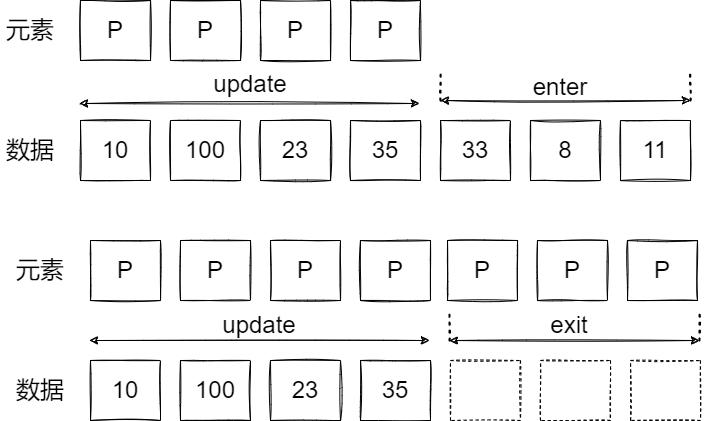
jzsn2018/diagrams-storage keeps this draw.io diagram as D3js-数据绑定-数据集.drawio.png. Above is the earlier version. Source tidied: cells renumbered, new cells last; positions are measured from the earlier drawing's top-left corner, leaving out a move shared by most shapes.
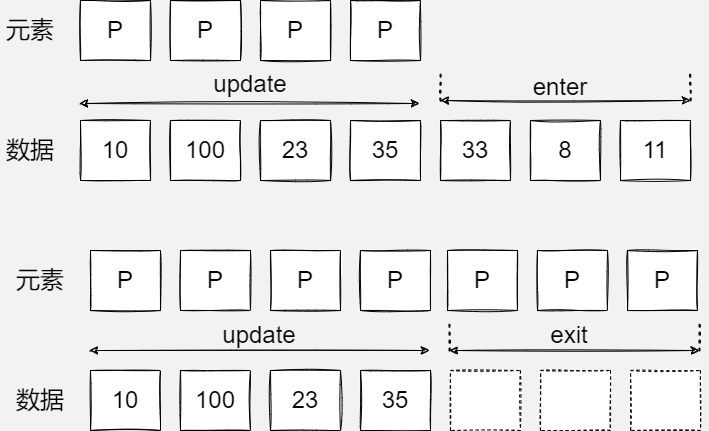
Above is the later version.

Commit message:
更新D3js-数据绑定-数据集.drawio.png

What changed in the source:
```diff
@@ -1,74 +1,74 @@
-<mxGraphModel background="#FFFFFF">
+<mxGraphModel background="#F2F2F2">
   <root>
     <mxCell id="0" />
     <mxCell id="1" parent="0" />
     <mxCell id="2" value="&lt;font style=&quot;font-size: 24px&quot;&gt;P&lt;/font&gt;" style="rounded=0;whiteSpace=wrap;html=1;sketch=1;" parent="1" vertex="1">
-      <mxGeometry x="80" width="70" height="60" as="geometry" />
+      <mxGeometry x="80" y="-10" width="70" height="60" as="geometry" />
     </mxCell>
     <mxCell id="3" value="&lt;font style=&quot;font-size: 24px&quot;&gt;P&lt;/font&gt;" style="rounded=0;whiteSpace=wrap;html=1;sketch=1;" parent="1" vertex="1">
-      <mxGeometry x="170" width="70" height="60" as="geometry" />
+      <mxGeometry x="170" y="-10" width="70" height="60" as="geometry" />
     </mxCell>
     <mxCell id="4" value="&lt;font style=&quot;font-size: 24px&quot;&gt;P&lt;/font&gt;" style="rounded=0;whiteSpace=wrap;html=1;sketch=1;" parent="1" vertex="1">
-      <mxGeometry x="260" width="70" height="60" as="geometry" />
+      <mxGeometry x="260" y="-10" width="70" height="60" as="geometry" />
     </mxCell>
     <mxCell id="5" value="&lt;font style=&quot;font-size: 24px&quot;&gt;P&lt;/font&gt;" style="rounded=0;whiteSpace=wrap;html=1;sketch=1;" parent="1" vertex="1">
-      <mxGeometry x="350" width="70" height="60" as="geometry" />
+      <mxGeometry x="350" y="-10" width="70" height="60" as="geometry" />
     </mxCell>
     <mxCell id="6" value="&lt;font style=&quot;font-size: 24px&quot;&gt;元素&lt;/font&gt;" style="text;html=1;strokeColor=none;fillColor=none;align=center;verticalAlign=middle;whiteSpace=wrap;rounded=0;sketch=1;fontSize=24;" parent="1" vertex="1">
-      <mxGeometry y="15" width="60" height="30" as="geometry" />
+      <mxGeometry y="5" width="60" height="30" as="geometry" />
     </mxCell>
     <mxCell id="7" value="&lt;font style=&quot;font-size: 24px&quot;&gt;10&lt;/font&gt;" style="rounded=0;whiteSpace=wrap;html=1;sketch=1;" parent="1" vertex="1">
-      <mxGeometry x="80" y="120" width="70" height="60" as="geometry" />
+      <mxGeometry x="80" y="110" width="70" height="60" as="geometry" />
     </mxCell>
     <mxCell id="8" value="&lt;font style=&quot;font-size: 24px&quot;&gt;100&lt;/font&gt;" style="rounded=0;whiteSpace=wrap;html=1;sketch=1;" parent="1" vertex="1">
-      <mxGeometry x="170" y="120" width="70" height="60" as="geometry" />
+      <mxGeometry x="170" y="110" width="70" height="60" as="geometry" />
     </mxCell>
     <mxCell id="9" value="&lt;font style=&quot;font-size: 24px&quot;&gt;23&lt;/font&gt;" style="rounded=0;whiteSpace=wrap;html=1;sketch=1;" parent="1" vertex="1">
-      <mxGeometry x="260" y="120" width="70" height="60" as="geometry" />
+      <mxGeometry x="260" y="110" width="70" height="60" as="geometry" />
     </mxCell>
     <mxCell id="10" value="&lt;font style=&quot;font-size: 24px&quot;&gt;35&lt;/font&gt;" style="rounded=0;whiteSpace=wrap;html=1;sketch=1;" parent="1" vertex="1">
-      <mxGeometry x="350" y="120" width="70" height="60" as="geometry" />
+      <mxGeometry x="350" y="110" width="70" height="60" as="geometry" />
     </mxCell>
     <mxCell id="11" value="&lt;font style=&quot;font-size: 24px&quot;&gt;数据&lt;/font&gt;" style="text;html=1;strokeColor=none;fillColor=none;align=center;verticalAlign=middle;whiteSpace=wrap;rounded=0;sketch=1;fontSize=24;" parent="1" vertex="1">
-      <mxGeometry y="135" width="60" height="30" as="geometry" />
+      <mxGeometry y="125" width="60" height="30" as="geometry" />
     </mxCell>
     <mxCell id="12" style="endArrow=classic;startArrow=classic;html=1;rounded=0;sketch=1;fontSize=24;" parent="1" edge="1">
       <mxGeometry relative="1" as="geometry">
-        <mxPoint x="79" y="103" as="sourcePoint" />
-        <mxPoint x="419" y="103" as="targetPoint" />
+        <mxPoint x="79" y="93" as="sourcePoint" />
+        <mxPoint x="419" y="93" as="targetPoint" />
       </mxGeometry>
     </mxCell>
     <mxCell id="13" value="update" style="text;html=1;strokeColor=none;fillColor=none;align=center;verticalAlign=middle;whiteSpace=wrap;rounded=0;sketch=1;fontSize=24;" parent="1" vertex="1">
-      <mxGeometry x="220" y="70" width="60" height="27" as="geometry" />
+      <mxGeometry x="220" y="60" width="60" height="27" as="geometry" />
     </mxCell>
     <mxCell id="14" value="&lt;font style=&quot;font-size: 24px&quot;&gt;8&lt;/font&gt;" style="rounded=0;whiteSpace=wrap;html=1;sketch=1;" parent="1" vertex="1">
-      <mxGeometry x="530" y="120" width="70" height="60" as="geometry" />
+      <mxGeometry x="530" y="110" width="70" height="60" as="geometry" />
     </mxCell>
     <mxCell id="15" value="&lt;font style=&quot;font-size: 24px&quot;&gt;11&lt;/font&gt;" style="rounded=0;whiteSpace=wrap;html=1;sketch=1;" parent="1" vertex="1">
-      <mxGeometry x="620" y="120" width="70" height="60" as="geometry" />
+      <mxGeometry x="620" y="110" width="70" height="60" as="geometry" />
     </mxCell>
     <mxCell id="16" value="&lt;font style=&quot;font-size: 24px&quot;&gt;33&lt;/font&gt;" style="rounded=0;whiteSpace=wrap;html=1;sketch=1;" parent="1" vertex="1">
-      <mxGeometry x="440" y="120" width="70" height="60" as="geometry" />
+      <mxGeometry x="440" y="110" width="70" height="60" as="geometry" />
     </mxCell>
     <mxCell id="17" style="endArrow=classic;startArrow=classic;html=1;rounded=0;sketch=1;fontSize=24;" parent="1" edge="1">
       <mxGeometry relative="1" as="geometry">
-        <mxPoint x="440" y="100" as="sourcePoint" />
-        <mxPoint x="690" y="100" as="targetPoint" />
+        <mxPoint x="440" y="90" as="sourcePoint" />
+        <mxPoint x="690" y="90" as="targetPoint" />
       </mxGeometry>
     </mxCell>
     <mxCell id="18" value="enter" style="text;html=1;strokeColor=none;fillColor=none;align=center;verticalAlign=middle;whiteSpace=wrap;rounded=0;sketch=1;fontSize=24;" parent="1" vertex="1">
-      <mxGeometry x="530" y="70" width="60" height="33" as="geometry" />
+      <mxGeometry x="530" y="60" width="60" height="33" as="geometry" />
     </mxCell>
     <mxCell id="19" style="endArrow=none;dashed=1;html=1;dashPattern=1 3;strokeWidth=2;rounded=0;sketch=1;fontSize=24;" parent="1" edge="1">
       <mxGeometry relative="1" as="geometry">
-        <mxPoint x="440" y="100" as="sourcePoint" />
-        <mxPoint x="440" y="70" as="targetPoint" />
+        <mxPoint x="440" y="90" as="sourcePoint" />
+        <mxPoint x="440" y="60" as="targetPoint" />
       </mxGeometry>
     </mxCell>
     <mxCell id="20" style="endArrow=none;dashed=1;html=1;dashPattern=1 3;strokeWidth=2;rounded=0;sketch=1;fontSize=24;" parent="1" edge="1">
       <mxGeometry relative="1" as="geometry">
-        <mxPoint x="690" y="100" as="sourcePoint" />
-        <mxPoint x="690" y="70" as="targetPoint" />
+        <mxPoint x="690" y="90" as="sourcePoint" />
+        <mxPoint x="690" y="60" as="targetPoint" />
       </mxGeometry>
     </mxCell>
     <mxCell id="21" value="&lt;font style=&quot;font-size: 24px&quot;&gt;P&lt;/font&gt;" style="rounded=0;whiteSpace=wrap;html=1;sketch=1;" parent="1" vertex="1">
```
